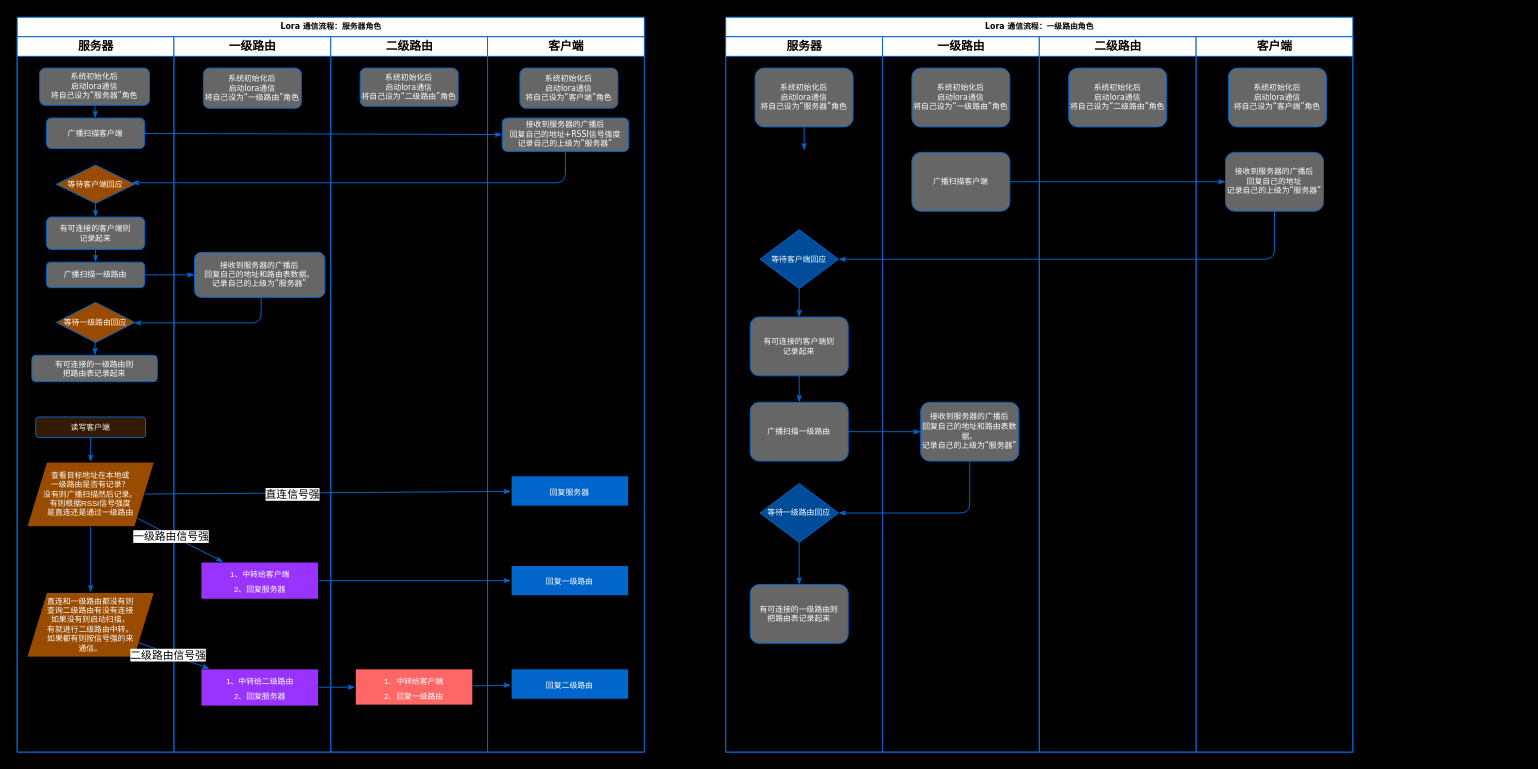
Earlier version of the draw.io diagram Lora_protocol_uml.drawio (doctor1cong/draw_flow_chart). Source tidied: cells renumbered, new cells numbered last; positions are measured from the earlier drawing's top-left corner, leaving out a move shared by most shapes. Both pictures are drawn from the tidied source at 98%, with x=0, y=0 at pixel (17, 17).
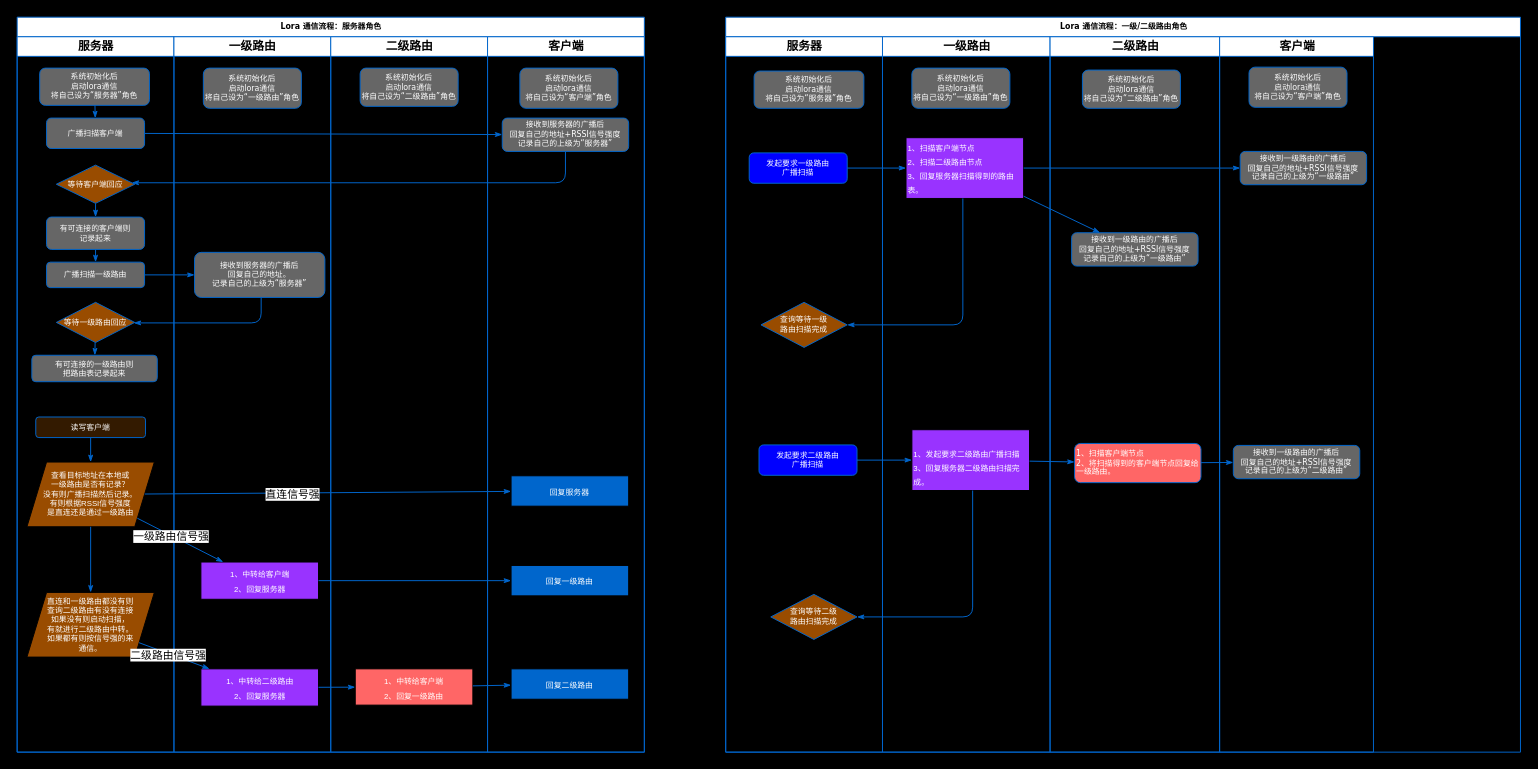
The same page after the edit.

Unchanged cells that the change refers to:
```xml
<mxCell id="21" value="一级路由" style="swimlane;html=1;startSize=20;strokeColor=#0066CC;" parent="2" vertex="1">
  <mxGeometry x="160" y="20" width="160" height="730" as="geometry" />
</mxCell>
<mxCell id="50" value="&lt;font color=&quot;#000000&quot;&gt;服务器&lt;/font&gt;" style="swimlane;html=1;startSize=20;strokeColor=#0066CC;fontColor=#FFFFFF;" parent="49" vertex="1">
  <mxGeometry y="20" width="160" height="730" as="geometry" />
</mxCell>
```

Diff of the diagram source:
```diff
@@
-    <mxCell id="24" value="接收到服务器的广播后&lt;div&gt;回复自己的地址和路由表数据。&lt;/div&gt;&lt;div&gt;记录自己的上级为“服务器”&lt;/div&gt;" style="rounded=1;whiteSpace=wrap;html=1;shadow=0;labelBackgroundColor=none;strokeWidth=1;fontFamily=Verdana;fontSize=8;align=center;strokeColor=#0066CC;fillColor=#666666;fontColor=#FFFFFF;" parent="21" vertex="1">
+    <mxCell id="24" value="接收到服务器的广播后&lt;div&gt;回复自己的地址。&lt;/div&gt;&lt;div&gt;记录自己的上级为“服务器”&lt;/div&gt;" style="rounded=1;whiteSpace=wrap;html=1;shadow=0;labelBackgroundColor=none;strokeWidth=1;fontFamily=Verdana;fontSize=8;align=center;strokeColor=#0066CC;fillColor=#666666;fontColor=#FFFFFF;" parent="21" vertex="1">
       <mxGeometry x="21" y="220" width="133" height="46" as="geometry" />
     </mxCell>
@@
-    <mxCell id="49" value="Lora 通信流程：一级路由角色" style="swimlane;html=1;startSize=20;rounded=0;shadow=0;labelBackgroundColor=none;strokeWidth=1;fontFamily=Verdana;fontSize=8;align=center;strokeColor=#0066CC;" parent="1" vertex="1">
-      <mxGeometry x="723" width="640" height="750" as="geometry" />
+    <mxCell id="49" value="Lora 通信流程：一级/二级路由角色" style="swimlane;html=1;startSize=20;rounded=0;shadow=0;labelBackgroundColor=none;strokeWidth=1;fontFamily=Verdana;fontSize=8;align=center;strokeColor=#0066CC;" parent="1" vertex="1">
+      <mxGeometry x="723" width="811" height="750" as="geometry" />
     </mxCell>
@@
-    <mxCell id="51" value="系统初始化后&lt;div&gt;启动lora通信&lt;/div&gt;&lt;div&gt;将自己设为“服务器”角色&lt;/div&gt;" style="rounded=1;whiteSpace=wrap;html=1;shadow=0;labelBackgroundColor=none;strokeWidth=1;fontFamily=Verdana;fontSize=8;align=center;strokeColor=#0066CC;fillColor=#666666;fontColor=#FFFFFF;" parent="50" vertex="1">
-      <mxGeometry x="30" y="32" width="100" height="60" as="geometry" />
-    </mxCell>
-    <mxCell id="52" style="rounded=1;html=1;labelBackgroundColor=none;startArrow=none;startFill=0;startSize=5;endArrow=classicThin;endFill=1;endSize=5;jettySize=auto;strokeWidth=1;fontFamily=Verdana;fontSize=8;strokeColor=#0066CC;" parent="50" edge="1" source="51">
-      <mxGeometry relative="1" as="geometry">
-        <mxPoint x="80" y="116" as="targetPoint" />
-      </mxGeometry>
-    </mxCell>
-    <mxCell id="53" value="等待客户端回应" style="rhombus;whiteSpace=wrap;html=1;rounded=0;shadow=0;labelBackgroundColor=none;strokeWidth=1;fontFamily=Verdana;fontSize=8;align=center;strokeColor=#0066CC;fillColor=#004C99;fontColor=#FFFFFF;" parent="50" vertex="1">
-      <mxGeometry x="35" y="197" width="80" height="60" as="geometry" />
-    </mxCell>
-    <mxCell id="54" value="有可连接的客户端则&lt;div&gt;记录起来&lt;/div&gt;" style="rounded=1;whiteSpace=wrap;html=1;shadow=0;labelBackgroundColor=none;strokeWidth=1;fontFamily=Verdana;fontSize=8;align=center;strokeColor=#0066CC;fillColor=#666666;fontColor=#FFFFFF;" parent="50" vertex="1">
-      <mxGeometry x="25" y="286" width="100" height="60" as="geometry" />
-    </mxCell>
-    <mxCell id="55" style="rounded=1;html=1;labelBackgroundColor=none;startArrow=none;startFill=0;startSize=5;endArrow=classicThin;endFill=1;endSize=5;jettySize=auto;strokeWidth=1;fontFamily=Verdana;fontSize=8;strokeColor=#0066CC;" parent="50" edge="1" source="53" target="54">
-      <mxGeometry relative="1" as="geometry" />
-    </mxCell>
-    <mxCell id="56" value="广播&lt;span style=&quot;background-color: initial;&quot;&gt;扫描一级路由&lt;/span&gt;" style="rounded=1;whiteSpace=wrap;html=1;shadow=0;labelBackgroundColor=none;strokeWidth=1;fontFamily=Verdana;fontSize=8;align=center;strokeColor=#0066CC;fillColor=#666666;fontColor=#FFFFFF;" parent="50" vertex="1">
-      <mxGeometry x="25" y="373" width="100" height="60" as="geometry" />
-    </mxCell>
-    <mxCell id="57" style="rounded=1;html=1;labelBackgroundColor=none;startArrow=none;startFill=0;startSize=5;endArrow=classicThin;endFill=1;endSize=5;jettySize=auto;strokeWidth=1;fontFamily=Verdana;fontSize=8;strokeColor=#0066CC;" parent="50" edge="1" source="54" target="56">
-      <mxGeometry relative="1" as="geometry" />
-    </mxCell>
-    <mxCell id="58" value="等待一级路由回应" style="rhombus;whiteSpace=wrap;html=1;rounded=0;shadow=0;labelBackgroundColor=none;strokeWidth=1;fontFamily=Verdana;fontSize=8;align=center;strokeColor=#0066CC;fillColor=#004C99;fontColor=#FFFFFF;" parent="50" vertex="1">
-      <mxGeometry x="35" y="456" width="80" height="60" as="geometry" />
-    </mxCell>
-    <mxCell id="59" value="有可连接的一级路由则&lt;div&gt;把路由表记录起来&lt;/div&gt;" style="rounded=1;whiteSpace=wrap;html=1;shadow=0;labelBackgroundColor=none;strokeWidth=1;fontFamily=Verdana;fontSize=8;align=center;strokeColor=#0066CC;fillColor=#666666;fontColor=#FFFFFF;" parent="50" vertex="1">
-      <mxGeometry x="25" y="559" width="100" height="60" as="geometry" />
-    </mxCell>
-    <mxCell id="60" style="rounded=1;html=1;labelBackgroundColor=none;startArrow=none;startFill=0;startSize=5;endArrow=classicThin;endFill=1;endSize=5;jettySize=auto;strokeWidth=1;fontFamily=Verdana;fontSize=8;strokeColor=#0066CC;" parent="50" edge="1" source="58" target="59">
-      <mxGeometry relative="1" as="geometry" />
-    </mxCell>
+    <mxCell id="74" value="发起要求一级路由&lt;div&gt;广播扫描&lt;/div&gt;" style="rounded=1;whiteSpace=wrap;html=1;shadow=0;labelBackgroundColor=none;strokeWidth=1;fontFamily=Verdana;fontSize=8;align=center;strokeColor=#0066CC;fillColor=#0000FF;fontColor=#FFFFFF;" parent="50" vertex="1">
+      <mxGeometry x="24" y="118.5" width="100" height="31" as="geometry" />
+    </mxCell>
+    <mxCell id="75" value="查询等待一级&lt;div&gt;路由扫描完成&lt;/div&gt;" style="rhombus;whiteSpace=wrap;html=1;rounded=0;shadow=0;labelBackgroundColor=none;strokeWidth=1;fontFamily=Verdana;fontSize=8;align=center;strokeColor=#0066CC;fillColor=#994C00;fontColor=#FFFFFF;" parent="50" vertex="1">
+      <mxGeometry x="36" y="271" width="88" height="46" as="geometry" />
+    </mxCell>
     <mxCell id="61" value="一级路由" style="swimlane;html=1;startSize=20;strokeColor=#0066CC;" parent="49" vertex="1">
-      <mxGeometry x="160" y="20" width="160" height="730" as="geometry" />
+      <mxGeometry x="160" y="20" width="171" height="730" as="geometry" />
     </mxCell>
     <mxCell id="62" value="系统初始化后&lt;div&gt;启动lora通信&lt;/div&gt;&lt;div&gt;将自己设为“一级路由”角色&lt;/div&gt;" style="rounded=1;whiteSpace=wrap;html=1;shadow=0;labelBackgroundColor=none;strokeWidth=1;fontFamily=Verdana;fontSize=8;align=center;strokeColor=#0066CC;fillColor=#666666;fontColor=#FFFFFF;" parent="61" vertex="1">
-      <mxGeometry x="30" y="32" width="100" height="60" as="geometry" />
+      <mxGeometry x="30" y="32" width="100" height="41" as="geometry" />
     </mxCell>
-    <mxCell id="63" value="接收到服务器的广播后&lt;div&gt;回复自己的地址和路由表数据。&lt;/div&gt;&lt;div&gt;记录自己的上级为“服务器”&lt;/div&gt;" style="rounded=1;whiteSpace=wrap;html=1;shadow=0;labelBackgroundColor=none;strokeWidth=1;fontFamily=Verdana;fontSize=8;align=center;strokeColor=#0066CC;fillColor=#666666;fontColor=#FFFFFF;" parent="61" vertex="1">
-      <mxGeometry x="39" y="373" width="100" height="60" as="geometry" />
-    </mxCell>
-    <mxCell id="64" value="广播扫描&lt;span style=&quot;background-color: initial;&quot;&gt;客户端&lt;/span&gt;" style="rounded=1;whiteSpace=wrap;html=1;shadow=0;labelBackgroundColor=none;strokeWidth=1;fontFamily=Verdana;fontSize=8;align=center;strokeColor=#0066CC;fillColor=#666666;fontColor=#FFFFFF;" parent="61" vertex="1">
-      <mxGeometry x="30" y="118" width="100" height="60" as="geometry" />
-    </mxCell>
+    <mxCell id="76" value="&lt;font color=&quot;#ffffff&quot;&gt;&lt;span style=&quot;font-size: 8px;&quot;&gt;1、扫描客户端节点&lt;/span&gt;&lt;/font&gt;&lt;div&gt;&lt;font color=&quot;#ffffff&quot;&gt;&lt;span style=&quot;font-size: 8px;&quot;&gt;2、扫描二级路由节点&lt;br&gt;&lt;/span&gt;&lt;/font&gt;&lt;div&gt;&lt;font color=&quot;#ffffff&quot;&gt;&lt;span style=&quot;font-size: 8px;&quot;&gt;3、回复服务器扫描得到的路由表。&lt;/span&gt;&lt;/font&gt;&lt;/div&gt;&lt;/div&gt;" style="rounded=0;whiteSpace=wrap;html=1;fillColor=#9933FF;align=left;" parent="61" vertex="1">
+      <mxGeometry x="24" y="103" width="120" height="62" as="geometry" />
+    </mxCell>
+    <mxCell id="77" value="发起要求二级路由&lt;div&gt;广播扫描&lt;/div&gt;" style="rounded=1;whiteSpace=wrap;html=1;shadow=0;labelBackgroundColor=none;strokeWidth=1;fontFamily=Verdana;fontSize=8;align=center;strokeColor=#0066CC;fillColor=#0000FF;fontColor=#FFFFFF;" parent="61" vertex="1">
+      <mxGeometry x="-126" y="416.5" width="100" height="31" as="geometry" />
+    </mxCell>
+    <mxCell id="78" value="查询等待二级&lt;div&gt;路由扫描完成&lt;/div&gt;" style="rhombus;whiteSpace=wrap;html=1;rounded=0;shadow=0;labelBackgroundColor=none;strokeWidth=1;fontFamily=Verdana;fontSize=8;align=center;strokeColor=#0066CC;fillColor=#994C00;fontColor=#FFFFFF;" parent="61" vertex="1">
+      <mxGeometry x="-114" y="569" width="88" height="46" as="geometry" />
+    </mxCell>
+    <mxCell id="79" value="&lt;br&gt;&lt;div&gt;&lt;font color=&quot;#ffffff&quot;&gt;&lt;span style=&quot;font-size: 8px;&quot;&gt;1、&lt;/span&gt;&lt;/font&gt;&lt;span style=&quot;color: rgb(255, 255, 255); font-family: Verdana; font-size: 8px; text-align: center;&quot;&gt;发起要求二级路由&lt;/span&gt;&lt;span style=&quot;color: rgb(255, 255, 255); font-family: Verdana; font-size: 8px; text-align: center; background-color: initial;&quot;&gt;广播扫描&lt;/span&gt;&lt;div&gt;&lt;font color=&quot;#ffffff&quot;&gt;&lt;span style=&quot;font-size: 8px;&quot;&gt;3、回复服务器二级路由扫描完成。&lt;/span&gt;&lt;/font&gt;&lt;/div&gt;&lt;/div&gt;" style="rounded=0;whiteSpace=wrap;html=1;fillColor=#9933FF;align=left;" parent="61" vertex="1">
+      <mxGeometry x="30" y="401" width="120" height="62" as="geometry" />
+    </mxCell>
+    <mxCell id="80" style="rounded=1;html=1;labelBackgroundColor=none;startArrow=none;startFill=0;startSize=5;endArrow=classicThin;endFill=1;endSize=5;jettySize=auto;strokeWidth=1;fontFamily=Verdana;fontSize=8;strokeColor=#0066CC;" parent="61" edge="1" source="77" target="79">
+      <mxGeometry relative="1" as="geometry" />
+    </mxCell>
+    <mxCell id="81" style="edgeStyle=orthogonalEdgeStyle;rounded=1;html=1;labelBackgroundColor=none;startArrow=none;startFill=0;startSize=5;endArrow=classicThin;endFill=1;endSize=5;jettySize=auto;strokeWidth=1;fontFamily=Verdana;fontSize=8;strokeColor=#0066CC;" parent="61" edge="1" source="79" target="78">
+      <mxGeometry relative="1" as="geometry">
+        <Array as="points">
+          <mxPoint x="92" y="592" />
+        </Array>
+      </mxGeometry>
+    </mxCell>
     <mxCell id="65" value="二级路由" style="swimlane;html=1;startSize=20;strokeColor=#0066CC;" parent="49" vertex="1">
-      <mxGeometry x="320" y="20" width="160" height="730" as="geometry" />
+      <mxGeometry x="331" y="20" width="173" height="730" as="geometry" />
     </mxCell>
+    <mxCell id="51" value="系统初始化后&lt;div&gt;启动lora通信&lt;/div&gt;&lt;div&gt;将自己设为“服务器”角色&lt;/div&gt;" style="rounded=1;whiteSpace=wrap;html=1;shadow=0;labelBackgroundColor=none;strokeWidth=1;fontFamily=Verdana;fontSize=8;align=center;strokeColor=#0066CC;fillColor=#666666;fontColor=#FFFFFF;" parent="65" vertex="1">
+      <mxGeometry x="-302" y="35" width="112" height="38" as="geometry" />
+    </mxCell>
     <mxCell id="66" value="系统初始化后&lt;div&gt;启动lora通信&lt;/div&gt;&lt;div&gt;将自己设为“二级路由”角色&lt;/div&gt;" style="rounded=1;whiteSpace=wrap;html=1;shadow=0;labelBackgroundColor=none;strokeWidth=1;fontFamily=Verdana;fontSize=8;align=center;strokeColor=#0066CC;fillColor=#666666;fontColor=#FFFFFF;" parent="65" vertex="1">
-      <mxGeometry x="30" y="32" width="100" height="60" as="geometry" />
+      <mxGeometry x="33" y="34" width="100" height="39" as="geometry" />
     </mxCell>
+    <mxCell id="82" value="接收到一级路由的广播后&lt;div&gt;回复自己的地址+RSSI信号强度&lt;/div&gt;&lt;div&gt;记录自己的上级为“一级路由”&lt;/div&gt;" style="rounded=1;whiteSpace=wrap;html=1;shadow=0;labelBackgroundColor=none;strokeWidth=1;fontFamily=Verdana;fontSize=8;align=center;strokeColor=#0066CC;fillColor=#666666;fontColor=#FFFFFF;" parent="65" vertex="1">
+      <mxGeometry x="22" y="200" width="129" height="34" as="geometry" />
+    </mxCell>
+    <mxCell id="83" value="1、扫描客户端节点&lt;div&gt;2、将扫描得到的客户端节点&lt;span style=&quot;background-color: initial;&quot;&gt;回复给一级路由。&lt;/span&gt;&lt;/div&gt;" style="rounded=1;whiteSpace=wrap;html=1;shadow=0;labelBackgroundColor=none;strokeWidth=1;fontFamily=Verdana;fontSize=8;align=left;strokeColor=#0066CC;fillColor=#FF6666;fontColor=#FFFFFF;" parent="65" vertex="1">
+      <mxGeometry x="25" y="415" width="129" height="40" as="geometry" />
+    </mxCell>
+    <mxCell id="84" style="rounded=1;html=1;labelBackgroundColor=none;startArrow=none;startFill=0;startSize=5;endArrow=classicThin;endFill=1;endSize=5;jettySize=auto;strokeWidth=1;fontFamily=Verdana;fontSize=8;strokeColor=#0066CC;" parent="49" edge="1" source="74" target="76">
+      <mxGeometry relative="1" as="geometry" />
+    </mxCell>
+    <mxCell id="85" style="edgeStyle=orthogonalEdgeStyle;rounded=1;html=1;labelBackgroundColor=none;startArrow=none;startFill=0;startSize=5;endArrow=classicThin;endFill=1;endSize=5;jettySize=auto;strokeWidth=1;fontFamily=Verdana;fontSize=8;strokeColor=#0066CC;" parent="49" edge="1" source="76" target="75">
+      <mxGeometry relative="1" as="geometry">
+        <Array as="points">
+          <mxPoint x="242" y="314" />
+        </Array>
+      </mxGeometry>
+    </mxCell>
     <mxCell id="67" value="客户端" style="swimlane;html=1;startSize=20;strokeColor=#0066CC;" parent="49" vertex="1">
-      <mxGeometry x="480" y="20" width="160" height="730" as="geometry" />
+      <mxGeometry x="504" y="20" width="157" height="730" as="geometry" />
     </mxCell>
-    <mxCell id="68" value="接收到服务器的广播后&lt;div&gt;回复自己的地址&lt;/div&gt;&lt;div&gt;记录自己的上级为“服务器”&lt;/div&gt;" style="rounded=1;whiteSpace=wrap;html=1;shadow=0;labelBackgroundColor=none;strokeWidth=1;fontFamily=Verdana;fontSize=8;align=center;strokeColor=#0066CC;fillColor=#666666;fontColor=#FFFFFF;" parent="67" vertex="1">
-      <mxGeometry x="30" y="118" width="100" height="60" as="geometry" />
-    </mxCell>
     <mxCell id="69" value="系统初始化后&lt;div&gt;启动lora通信&lt;/div&gt;&lt;div&gt;将自己设为“客户端”角色&lt;/div&gt;" style="rounded=1;whiteSpace=wrap;html=1;shadow=0;labelBackgroundColor=none;strokeWidth=1;fontFamily=Verdana;fontSize=8;align=center;strokeColor=#0066CC;fillColor=#666666;fontColor=#FFFFFF;" parent="67" vertex="1">
-      <mxGeometry x="33" y="32" width="100" height="60" as="geometry" />
+      <mxGeometry x="30" y="31" width="100" height="41" as="geometry" />
     </mxCell>
-    <mxCell id="70" style="edgeStyle=orthogonalEdgeStyle;rounded=1;html=1;labelBackgroundColor=none;startArrow=none;startFill=0;startSize=5;endArrow=classicThin;endFill=1;endSize=5;jettySize=auto;strokeWidth=1;fontFamily=Verdana;fontSize=8;strokeColor=#0066CC;" parent="49" edge="1" source="64" target="68">
-      <mxGeometry relative="1" as="geometry" />
-    </mxCell>
-    <mxCell id="71" style="edgeStyle=orthogonalEdgeStyle;rounded=1;html=1;labelBackgroundColor=none;startArrow=none;startFill=0;startSize=5;endArrow=classicThin;endFill=1;endSize=5;jettySize=auto;strokeWidth=1;fontFamily=Verdana;fontSize=8;strokeColor=#0066CC;" parent="49" edge="1" source="68" target="53">
-      <mxGeometry relative="1" as="geometry">
-        <Array as="points">
-          <mxPoint x="560" y="247" />
-        </Array>
-      </mxGeometry>
-    </mxCell>
-    <mxCell id="72" style="rounded=1;html=1;labelBackgroundColor=none;startArrow=none;startFill=0;startSize=5;endArrow=classicThin;endFill=1;endSize=5;jettySize=auto;strokeWidth=1;fontFamily=Verdana;fontSize=8;strokeColor=#0066CC;" parent="49" edge="1" source="56" target="63">
-      <mxGeometry relative="1" as="geometry" />
-    </mxCell>
-    <mxCell id="73" style="edgeStyle=orthogonalEdgeStyle;rounded=1;html=1;labelBackgroundColor=none;startArrow=none;startFill=0;startSize=5;endArrow=classicThin;endFill=1;endSize=5;jettySize=auto;strokeWidth=1;fontFamily=Verdana;fontSize=8;strokeColor=#0066CC;" parent="49" edge="1" source="63" target="58">
-      <mxGeometry relative="1" as="geometry">
-        <Array as="points">
-          <mxPoint x="249" y="506" />
-        </Array>
-      </mxGeometry>
-    </mxCell>
+    <mxCell id="86" value="接收到一级路由的广播后&lt;div&gt;回复自己的地址+RSSI信号强度&lt;/div&gt;&lt;div&gt;记录自己的上级为“一级路由”&lt;/div&gt;" style="rounded=1;whiteSpace=wrap;html=1;shadow=0;labelBackgroundColor=none;strokeWidth=1;fontFamily=Verdana;fontSize=8;align=center;strokeColor=#0066CC;fillColor=#666666;fontColor=#FFFFFF;" parent="67" vertex="1">
+      <mxGeometry x="21" y="117" width="129" height="34" as="geometry" />
+    </mxCell>
+    <mxCell id="87" value="接收到一级路由的广播后&lt;div&gt;回复自己的地址+RSSI信号强度&lt;/div&gt;&lt;div&gt;记录自己的上级为“二级路由”&lt;/div&gt;" style="rounded=1;whiteSpace=wrap;html=1;shadow=0;labelBackgroundColor=none;strokeWidth=1;fontFamily=Verdana;fontSize=8;align=center;strokeColor=#0066CC;fillColor=#666666;fontColor=#FFFFFF;" parent="67" vertex="1">
+      <mxGeometry x="14" y="417" width="129" height="34" as="geometry" />
+    </mxCell>
+    <mxCell id="88" style="rounded=1;html=1;labelBackgroundColor=none;startArrow=none;startFill=0;startSize=5;endArrow=classicThin;endFill=1;endSize=5;jettySize=auto;strokeWidth=1;fontFamily=Verdana;fontSize=8;strokeColor=#0066CC;" parent="49" edge="1" source="76" target="86">
+      <mxGeometry relative="1" as="geometry" />
+    </mxCell>
+    <mxCell id="89" style="rounded=1;html=1;labelBackgroundColor=none;startArrow=none;startFill=0;startSize=5;endArrow=classicThin;endFill=1;endSize=5;jettySize=auto;strokeWidth=1;fontFamily=Verdana;fontSize=8;strokeColor=#0066CC;" parent="49" edge="1" source="76" target="82">
+      <mxGeometry relative="1" as="geometry" />
+    </mxCell>
+    <mxCell id="90" style="rounded=1;html=1;labelBackgroundColor=none;startArrow=none;startFill=0;startSize=5;endArrow=classicThin;endFill=1;endSize=5;jettySize=auto;strokeWidth=1;fontFamily=Verdana;fontSize=8;strokeColor=#0066CC;" parent="49" edge="1" source="79" target="83">
+      <mxGeometry relative="1" as="geometry" />
+    </mxCell>
+    <mxCell id="91" style="rounded=1;html=1;labelBackgroundColor=none;startArrow=none;startFill=0;startSize=5;endArrow=classicThin;endFill=1;endSize=5;jettySize=auto;strokeWidth=1;fontFamily=Verdana;fontSize=8;strokeColor=#0066CC;" parent="49" edge="1" source="83" target="87">
+      <mxGeometry relative="1" as="geometry" />
+    </mxCell>
```
